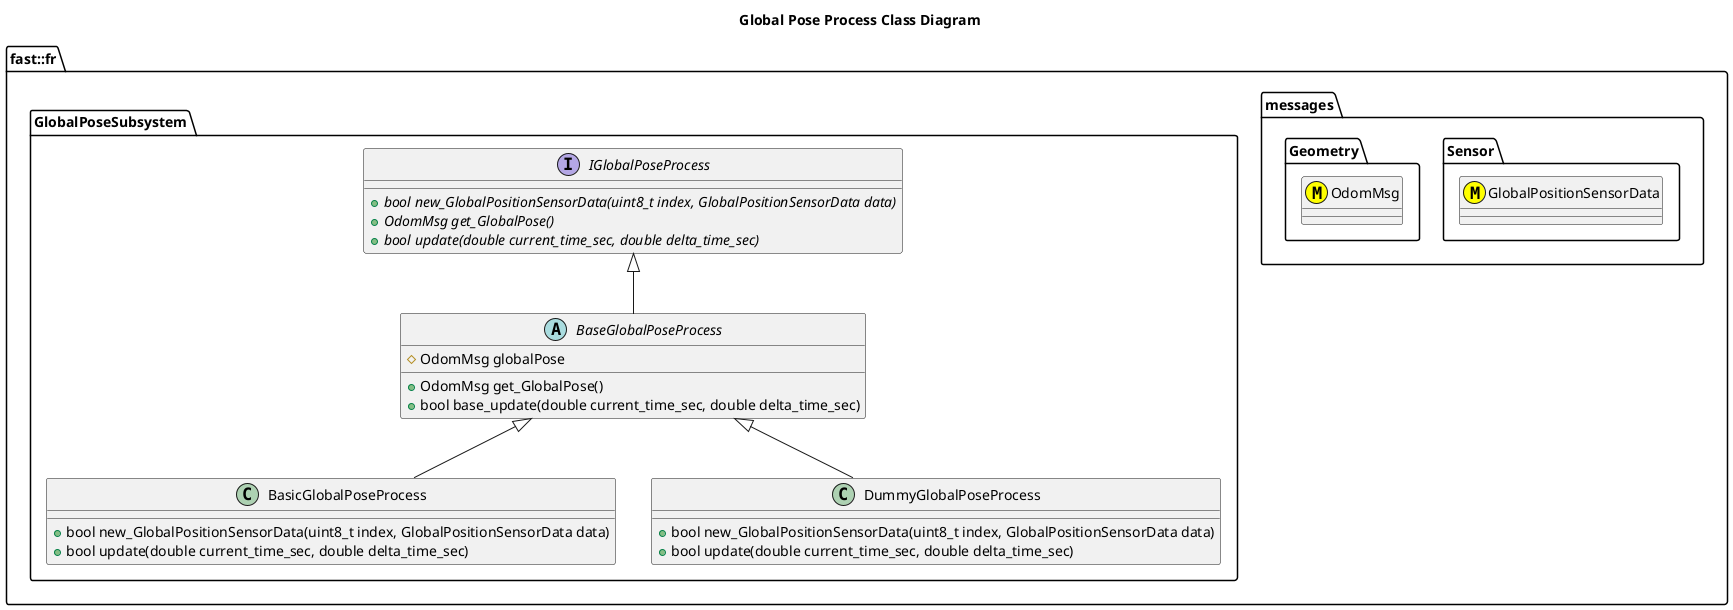
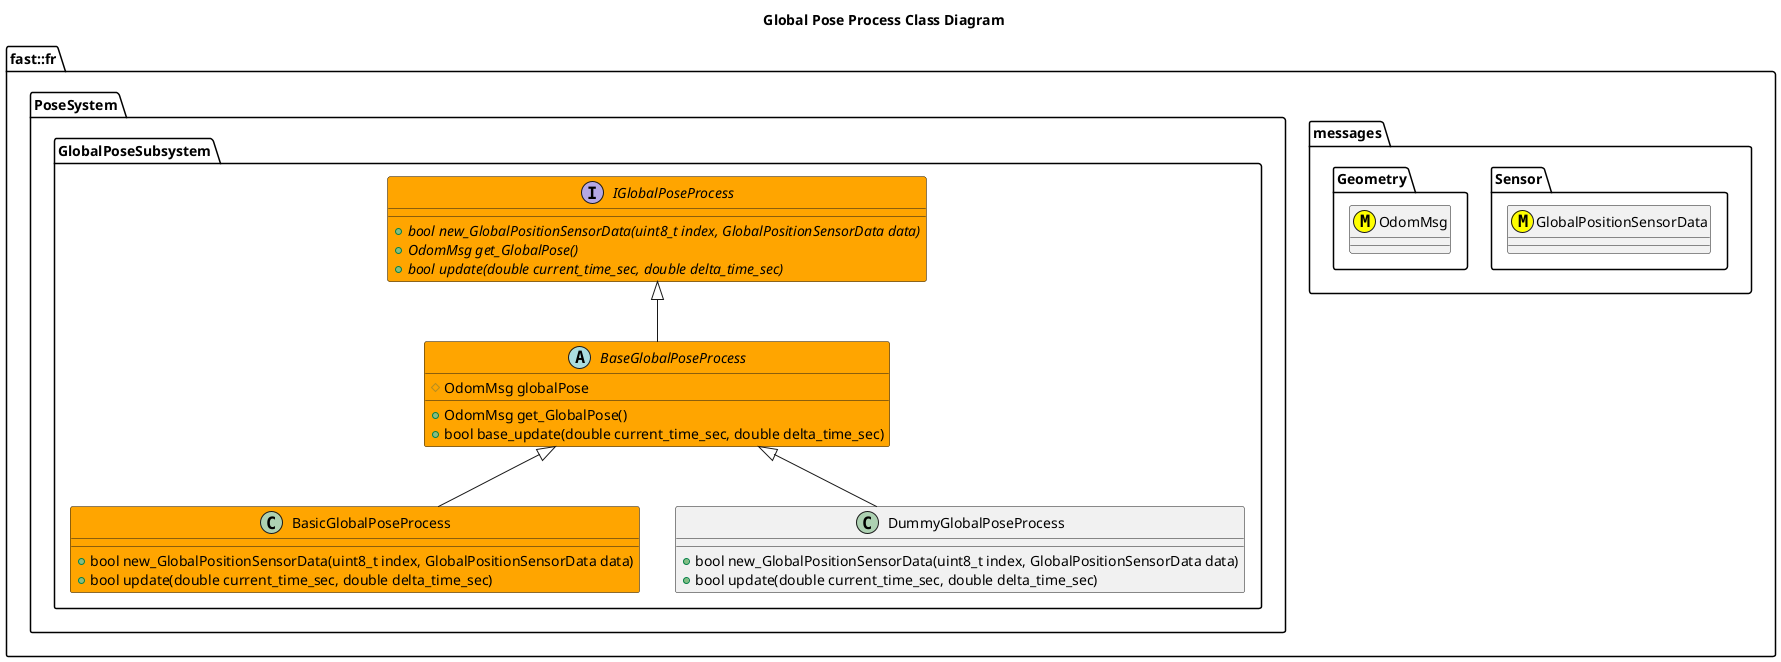
- @startuml2
+ @startuml
title Global Pose Process Class Diagram

namespace fast::fr {
  namespace messages {
    namespace Sensor {
      class GlobalPositionSensorData <<(M,#FFFF00)>>
    }
    namespace Geometry {
      class OdomMsg <<(M,#FFFF00)>>
    }
  }
-   namespace GlobalPoseSubsystem {
-       interface IGlobalPoseProcess {
-         +{abstract} bool new_GlobalPositionSensorData(uint8_t index, GlobalPositionSensorData data)
-         +{abstract} OdomMsg get_GlobalPose()
-         +{abstract} bool update(double current_time_sec, double delta_time_sec)
-       }
-       abstract BaseGlobalPoseProcess {
-         +OdomMsg get_GlobalPose()
-         +bool base_update(double current_time_sec, double delta_time_sec)
-         #OdomMsg globalPose
+   namespace PoseSystem {
+     namespace GlobalPoseSubsystem {
+         interface IGlobalPoseProcess #Orange {
+           +{abstract} bool new_GlobalPositionSensorData(uint8_t index, GlobalPositionSensorData data)
+           +{abstract} OdomMsg get_GlobalPose()
+           +{abstract} bool update(double current_time_sec, double delta_time_sec)
+         }
+         abstract BaseGlobalPoseProcess #Orange {
+           +OdomMsg get_GlobalPose()
+           +bool base_update(double current_time_sec, double delta_time_sec)
+           #OdomMsg globalPose

-       }
-       BaseGlobalPoseProcess -up-|> IGlobalPoseProcess
-       class BasicGlobalPoseProcess {
-         +bool new_GlobalPositionSensorData(uint8_t index, GlobalPositionSensorData data)
-         +bool update(double current_time_sec, double delta_time_sec)
-       }
-       BasicGlobalPoseProcess -up-|> BaseGlobalPoseProcess
-       class DummyGlobalPoseProcess {
-         +bool new_GlobalPositionSensorData(uint8_t index, GlobalPositionSensorData data)
-         +bool update(double current_time_sec, double delta_time_sec)
-       }
-       DummyGlobalPoseProcess -up-|> BaseGlobalPoseProcess
+         }
+         BaseGlobalPoseProcess -up-|> IGlobalPoseProcess
+         class BasicGlobalPoseProcess #Orange {
+           +bool new_GlobalPositionSensorData(uint8_t index, GlobalPositionSensorData data)
+           +bool update(double current_time_sec, double delta_time_sec)
+         }
+         BasicGlobalPoseProcess -up-|> BaseGlobalPoseProcess
+         class DummyGlobalPoseProcess {
+           +bool new_GlobalPositionSensorData(uint8_t index, GlobalPositionSensorData data)
+           +bool update(double current_time_sec, double delta_time_sec)
+         }
+         DummyGlobalPoseProcess -up-|> BaseGlobalPoseProcess
+     }
  }
}
@enduml